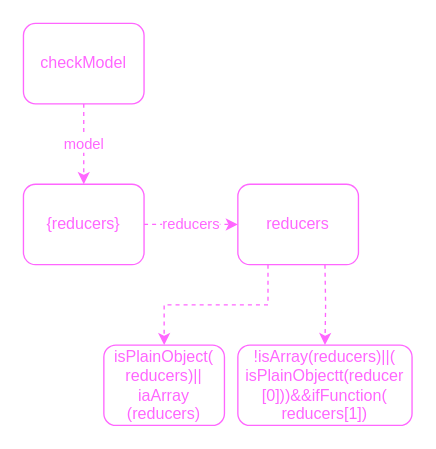
hexipei/draw.io keeps this draw.io diagram as page "src/checkModel" (2 of 4) of background-flutter/other/Dva-dva-core.drawio. Above is the earlier version. Source tidied: cells renumbered, new cells numbered last; positions are measured from the earlier drawing's top-left corner, leaving out a move shared by most shapes. Both pictures are drawn from the tidied source at 134%, with x=0, y=0 at pixel (23, 23).
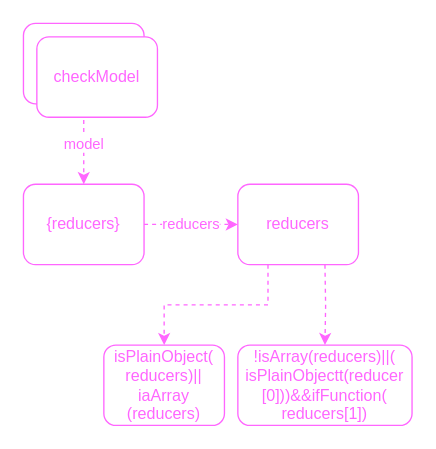
The same page after the edit.

Change to the diagram source:
```diff
@@
 <mxGraphModel>
   <root>
     <mxCell id="0" />
     <mxCell id="1" parent="0" />
     <mxCell id="2" value="model" style="edgeStyle=orthogonalEdgeStyle;rounded=0;jettySize=auto;html=1;exitX=0.5;exitY=1;exitDx=0;exitDy=0;entryX=0.5;entryY=0;entryDx=0;entryDy=0;dashed=1;strokeColor=#FF66FF;fontColor=#FF66FF;" parent="1" edge="1" source="3" target="5">
       <mxGeometry relative="1" as="geometry" />
     </mxCell>
     <mxCell id="3" value="checkModel" style="rounded=1;whiteSpace=wrap;html=1;strokeColor=#FF66FF;fontColor=#FF66FF;" parent="1" vertex="1">
       <mxGeometry width="90" height="60" as="geometry" />
     </mxCell>
     <mxCell id="4" value="reducers" style="edgeStyle=orthogonalEdgeStyle;rounded=0;jettySize=auto;html=1;exitX=1;exitY=0.5;exitDx=0;exitDy=0;entryX=0;entryY=0.5;entryDx=0;entryDy=0;dashed=1;strokeColor=#FF66FF;fontColor=#FF66FF;" parent="1" edge="1" source="5" target="8">
       <mxGeometry relative="1" as="geometry" />
     </mxCell>
     <mxCell id="5" value="{reducers}" style="rounded=1;whiteSpace=wrap;html=1;strokeColor=#FF66FF;fontColor=#FF66FF;" parent="1" vertex="1">
       <mxGeometry y="120" width="90" height="60" as="geometry" />
     </mxCell>
     <mxCell id="6" style="edgeStyle=orthogonalEdgeStyle;rounded=0;jettySize=auto;html=1;exitX=0.25;exitY=1;exitDx=0;exitDy=0;entryX=0.5;entryY=0;entryDx=0;entryDy=0;dashed=1;strokeColor=#FF66FF;fontColor=#FF66FF;" parent="1" edge="1" source="8" target="9">
       <mxGeometry relative="1" as="geometry" />
     </mxCell>
     <mxCell id="7" style="edgeStyle=orthogonalEdgeStyle;rounded=0;jettySize=auto;html=1;entryX=0.5;entryY=0;entryDx=0;entryDy=0;dashed=1;strokeColor=#FF66FF;fontColor=#FF66FF;" parent="1" edge="1" target="10">
       <mxGeometry relative="1" as="geometry">
         <mxPoint x="225" y="180" as="sourcePoint" />
       </mxGeometry>
     </mxCell>
     <mxCell id="8" value="reducers" style="rounded=1;whiteSpace=wrap;html=1;strokeColor=#FF66FF;fontColor=#FF66FF;" parent="1" vertex="1">
       <mxGeometry x="160" y="120" width="90" height="60" as="geometry" />
     </mxCell>
     <mxCell id="9" value="isPlainObject(&lt;br&gt;reducers)||&lt;br&gt;iaArray&lt;br&gt;(reducers)" style="rounded=1;whiteSpace=wrap;html=1;strokeColor=#FF66FF;fontColor=#FF66FF;" parent="1" vertex="1">
       <mxGeometry x="60" y="240" width="90" height="60" as="geometry" />
     </mxCell>
     <mxCell id="10" value="!isArray(reducers)||(&lt;br&gt;isPlainObjectt(reducer&lt;br&gt;[0]))&amp;amp;&amp;amp;ifFunction(&lt;br&gt;reducers[1])" style="rounded=1;whiteSpace=wrap;html=1;strokeColor=#FF66FF;fontColor=#FF66FF;" parent="1" vertex="1">
       <mxGeometry x="160" y="240" width="130" height="60" as="geometry" />
     </mxCell>
+    <mxCell id="11" value="checkModel" style="rounded=1;whiteSpace=wrap;html=1;strokeColor=#FF66FF;fontColor=#FF66FF;" parent="1" vertex="1">
+      <mxGeometry x="10" y="10" width="90" height="60" as="geometry" />
+    </mxCell>
   </root>
 </mxGraphModel>
```
